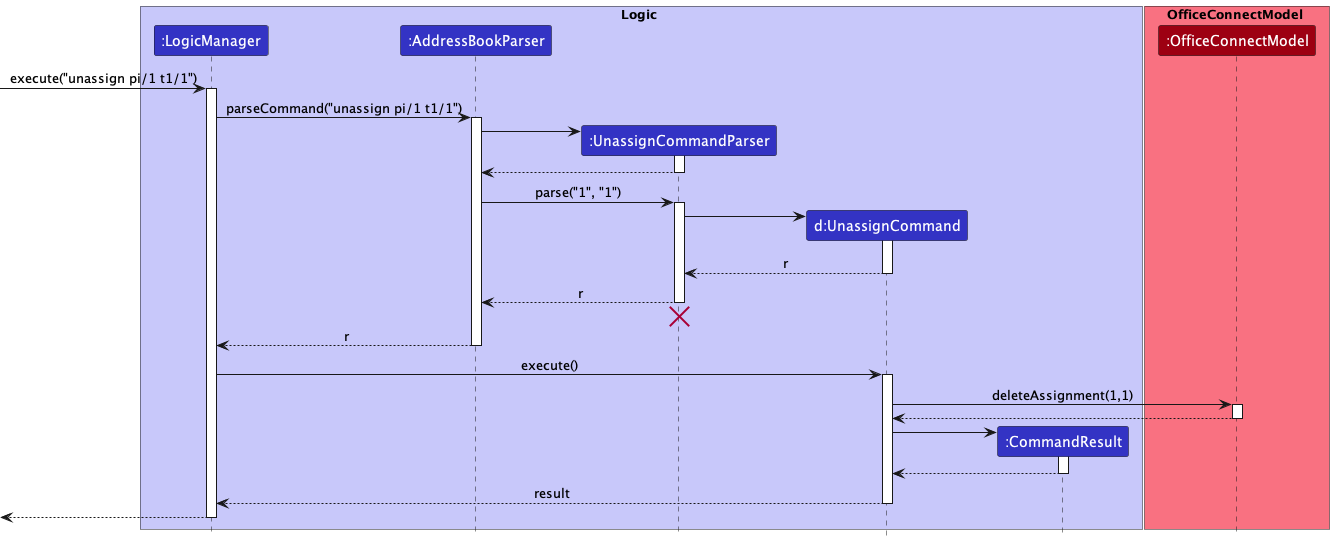
Before: docs/images/UnassignSequenceDiagram.png, a diagram exported from PlantUML (nus-cs2103-AY2223S2/tp). The source it was exported from:
```plantuml
@startuml
!include style.puml

box Logic LOGIC_COLOR_T1
participant ":LogicManager" as LogicManager LOGIC_COLOR
participant ":AddressBookParser" as AddressBookParser LOGIC_COLOR
participant ":UnassignCommandParser" as UnassignCommandParser LOGIC_COLOR
participant "d:UnassignCommand" as UnassignCommand LOGIC_COLOR
participant ":CommandResult" as CommandResult LOGIC_COLOR
end box

box OfficeConnectModel MODEL_COLOR_T1
participant ":OfficeConnectModel" as OfficeConnectModel MODEL_COLOR
end box

[-> LogicManager : execute("unassign pi/1 t1/1")
activate LogicManager

LogicManager -> AddressBookParser : parseCommand("unassign pi/1 t1/1")
activate AddressBookParser

create UnassignCommandParser
AddressBookParser -> UnassignCommandParser
activate UnassignCommandParser

UnassignCommandParser --> AddressBookParser
deactivate UnassignCommandParser

AddressBookParser -> UnassignCommandParser : parse("1", "1")
activate UnassignCommandParser

create UnassignCommand
UnassignCommandParser -> UnassignCommand
activate UnassignCommand

UnassignCommand --> UnassignCommandParser : r
deactivate UnassignCommand

UnassignCommandParser --> AddressBookParser : r


deactivate UnassignCommandParser
UnassignCommandParser -[hidden]-> AddressBookParser
destroy UnassignCommandParser

AddressBookParser --> LogicManager : r
deactivate AddressBookParser

LogicManager -> UnassignCommand : execute()
activate UnassignCommand

UnassignCommand -> OfficeConnectModel : deleteAssignment(1,1)
activate OfficeConnectModel

OfficeConnectModel --> UnassignCommand
deactivate OfficeConnectModel

create CommandResult
UnassignCommand -> CommandResult
activate CommandResult

CommandResult --> UnassignCommand
deactivate CommandResult

UnassignCommand --> LogicManager : result
deactivate UnassignCommand

[<--LogicManager
deactivate LogicManager
@enduml
```
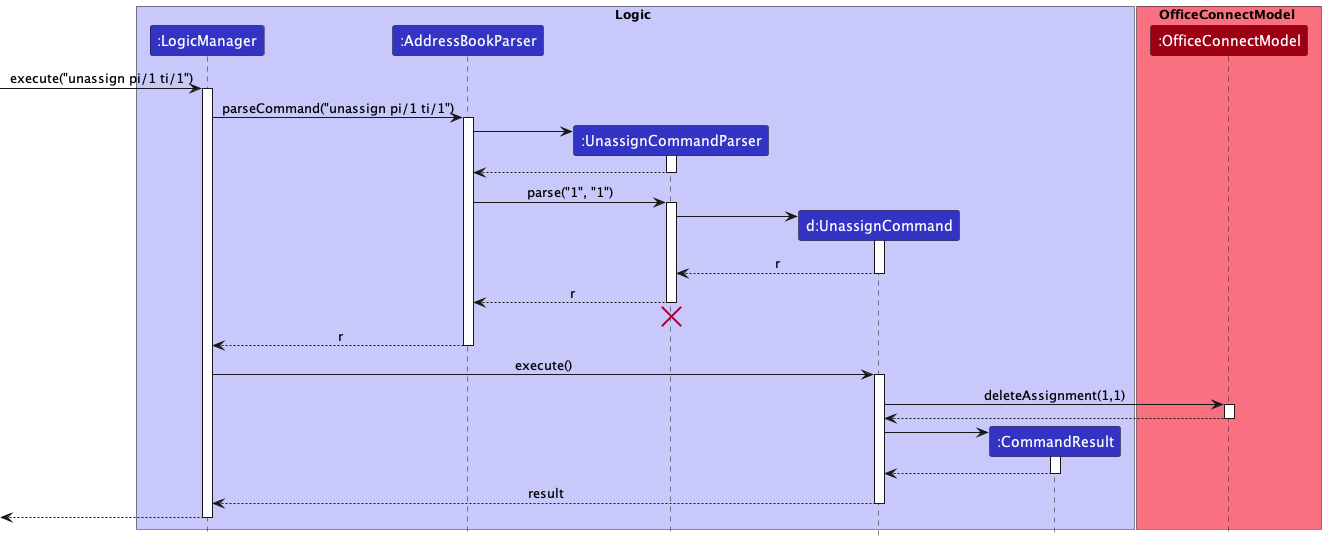
After the commit.

Change to the diagram source:
```diff
@@ -13,10 +13,10 @@
 participant ":OfficeConnectModel" as OfficeConnectModel MODEL_COLOR
 end box
 
-[-> LogicManager : execute("unassign pi/1 t1/1")
+[-> LogicManager : execute("unassign pi/1 ti/1")
 activate LogicManager
 
-LogicManager -> AddressBookParser : parseCommand("unassign pi/1 t1/1")
+LogicManager -> AddressBookParser : parseCommand("unassign pi/1 ti/1")
 activate AddressBookParser
 
 create UnassignCommandParser
```
